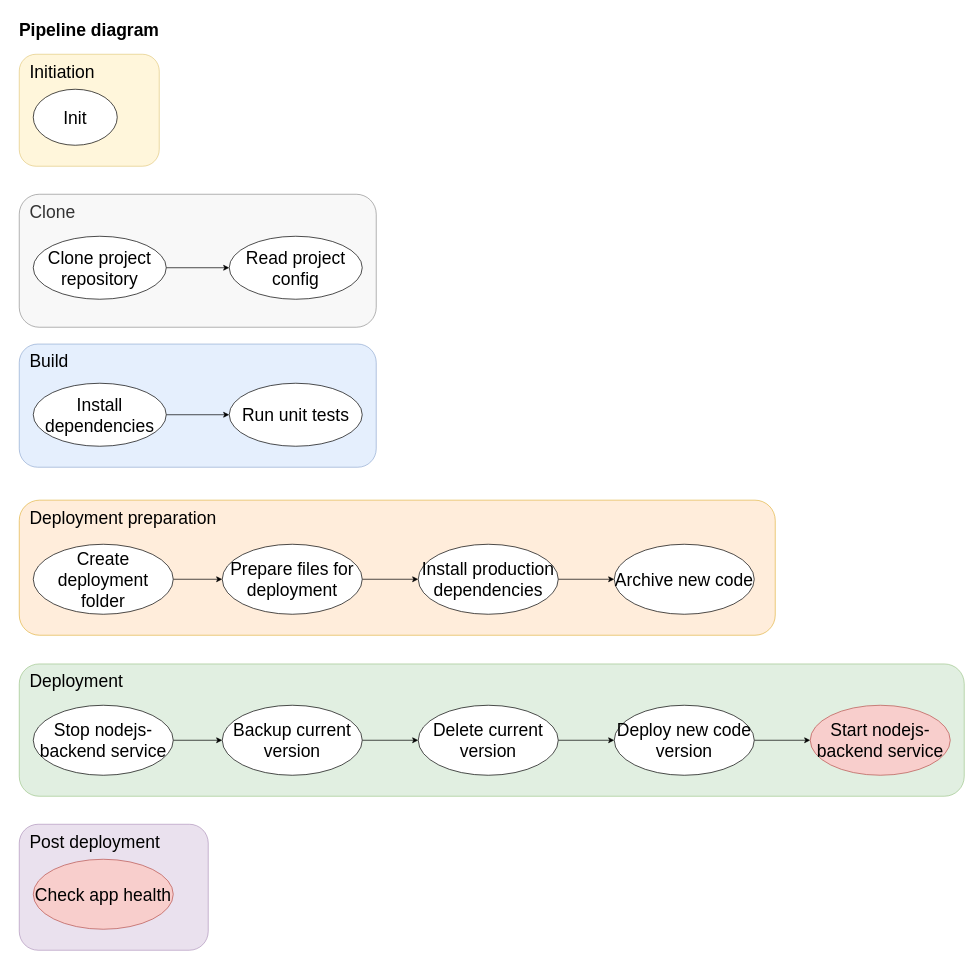
Before: diagrams/pipeline-diagram.drawio in DomnMihai/jenkins-pipeline-tutorial__configuration, a draw.io diagram. Source tidied: cells renumbered, new cells numbered last; positions are measured from the earlier drawing's top-left corner, leaving out a move shared by most shapes. Both pictures are drawn from the tidied source at 70%, with x=0, y=0 at pixel (12, 12).
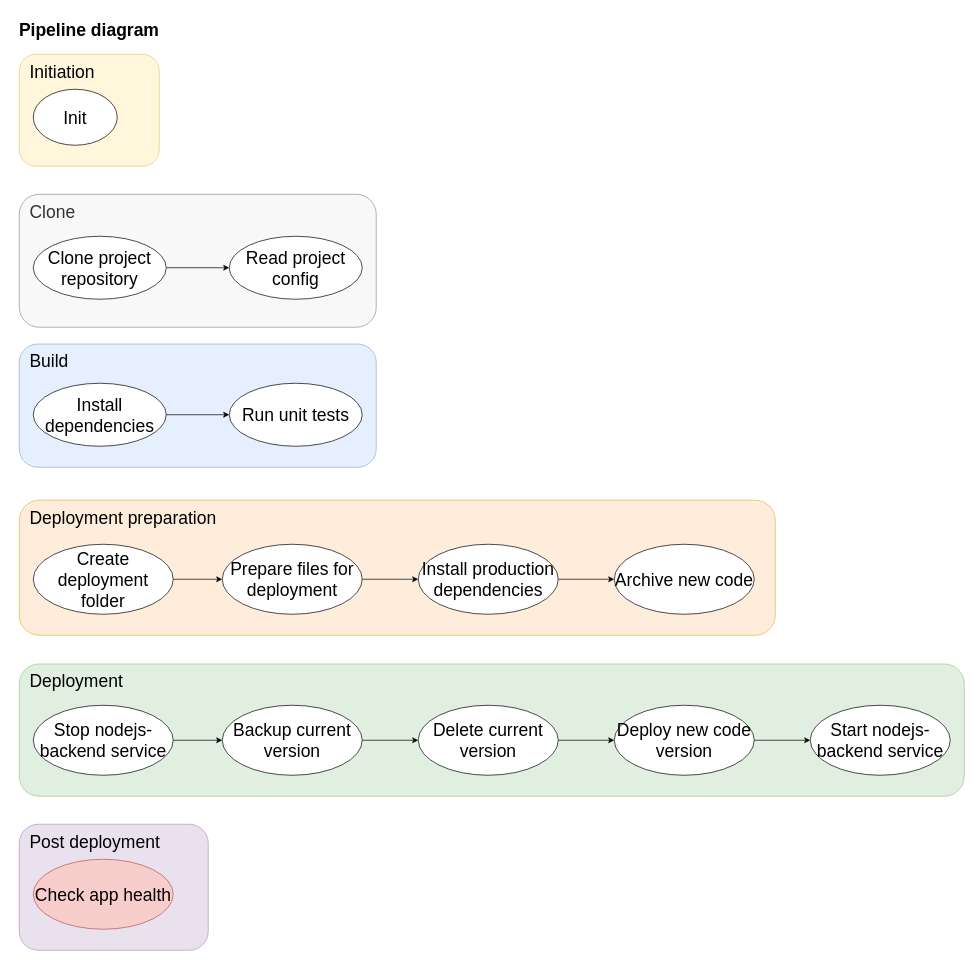
The same page after the edit.

Commit message:
Updated diagram Start nodejs-backend-app service

The edit, as a diff of the source:
```diff
@@
-    <mxCell id="31" value="Start nodejs-backend service" style="ellipse;whiteSpace=wrap;html=1;fontSize=25;fillColor=#f8cecc;strokeColor=#b85450;" parent="1" vertex="1">
+    <mxCell id="31" value="Start nodejs-backend service" style="ellipse;whiteSpace=wrap;html=1;fontSize=25;" parent="1" vertex="1">
       <mxGeometry x="1140" y="990" width="200" height="100" as="geometry" />
     </mxCell>
```
